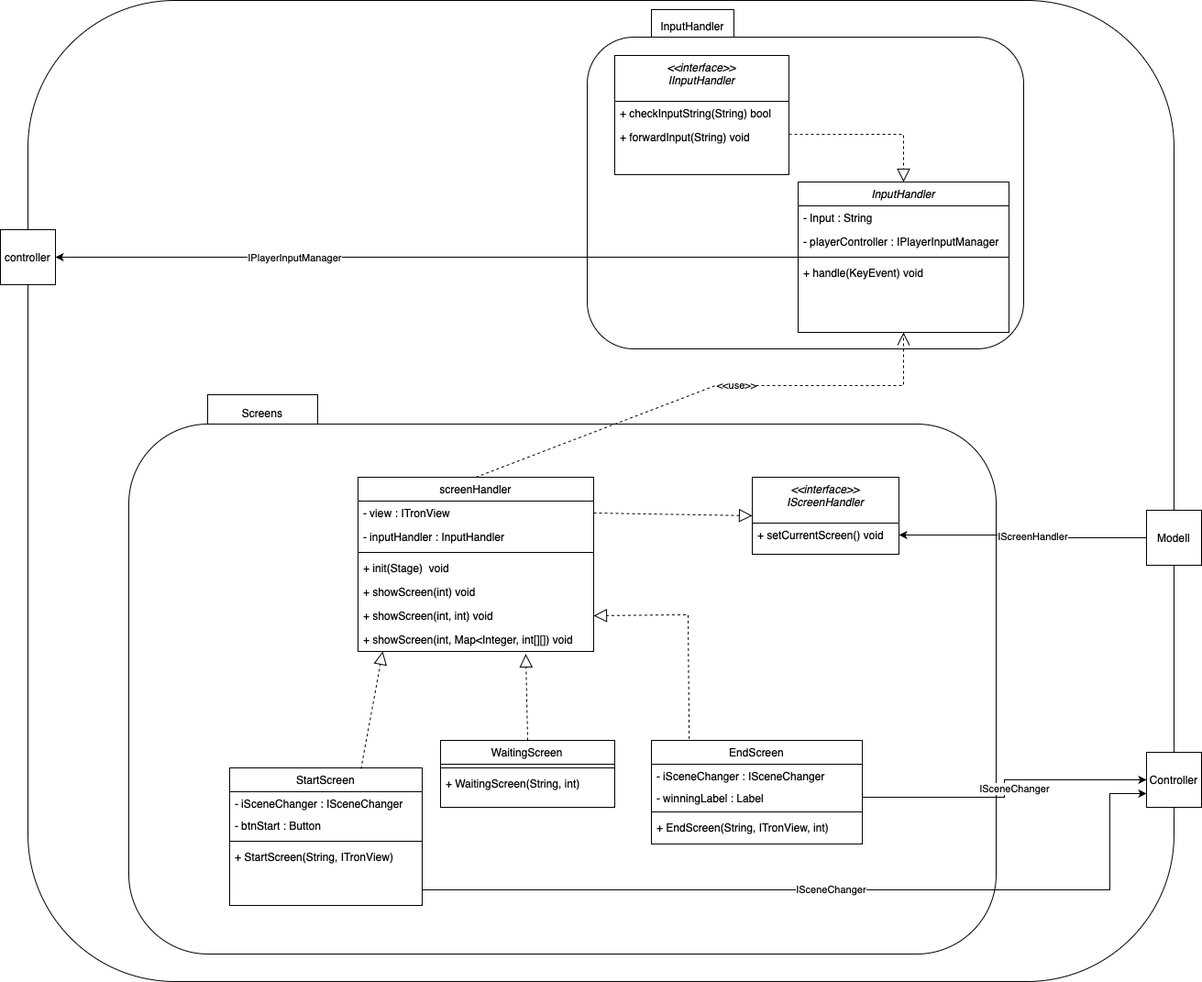
This is doku-game/view-ClassDiagramm.drawio.png from PrismFox/tron-game, a draw.io export, as it was before one commit. Source tidied: cells renumbered, new cells last; positions are measured from the earlier drawing's top-left corner, leaving out a move shared by most shapes.
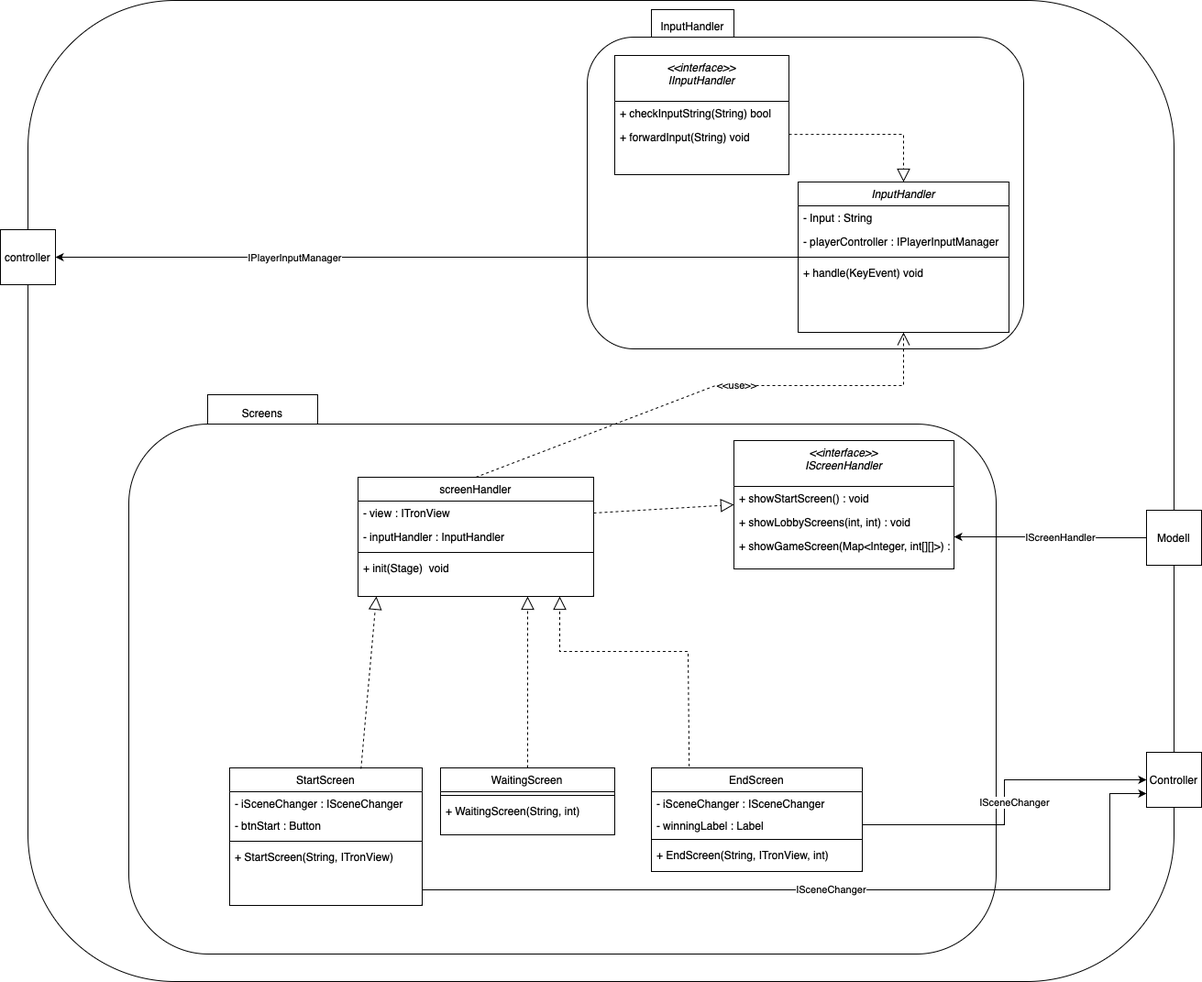
After the commit.

What changed in the source:
```diff
@@ -64,7 +64,7 @@
       <mxGeometry y="84" width="210" height="26" as="geometry" />
     </mxCell>
     <mxCell id="20" value="WaitingScreen" style="swimlane;fontStyle=0;align=center;verticalAlign=top;horizontal=1;startSize=26;rounded=0;shadow=0;strokeWidth=1;" parent="1" vertex="1">
-      <mxGeometry x="480" y="807" width="190" height="73" as="geometry" />
+      <mxGeometry x="480" y="837" width="190" height="73" as="geometry" />
     </mxCell>
     <mxCell id="21" style="line;html=1;strokeWidth=1;align=left;verticalAlign=middle;spacingTop=-1;spacingLeft=3;spacingRight=3;labelPosition=right;" parent="20" vertex="1">
       <mxGeometry y="26" width="190" height="8" as="geometry" />
@@ -73,7 +73,7 @@
       <mxGeometry y="34" width="190" height="26" as="geometry" />
     </mxCell>
     <mxCell id="23" value="EndScreen" style="swimlane;fontStyle=0;align=center;verticalAlign=top;horizontal=1;startSize=26;rounded=0;shadow=0;strokeWidth=1;" parent="1" vertex="1">
-      <mxGeometry x="710" y="807" width="230" height="113" as="geometry" />
+      <mxGeometry x="710" y="837" width="230" height="113" as="geometry" />
     </mxCell>
     <mxCell id="24" value="- iSceneChanger : ISceneChanger" style="text;align=left;verticalAlign=top;spacingLeft=4;spacingRight=4;overflow=hidden;" parent="23" vertex="1">
       <mxGeometry y="26" width="230" height="24" as="geometry" />
@@ -91,7 +91,7 @@
       <mxGeometry y="250" width="60" height="60" as="geometry" />
     </mxCell>
     <mxCell id="29" value="screenHandler" style="swimlane;fontStyle=0;align=center;verticalAlign=top;horizontal=1;startSize=26;rounded=0;shadow=0;strokeWidth=1;" parent="1" vertex="1">
-      <mxGeometry x="390" y="520" width="257" height="190" as="geometry" />
+      <mxGeometry x="390" y="520" width="257" height="130" as="geometry" />
     </mxCell>
     <mxCell id="30" value="- view : ITronView" style="text;align=left;verticalAlign=top;spacingLeft=4;spacingRight=4;overflow=hidden;points=[[0,0.5],[1,0.5]];portConstraint=eastwest;" parent="29" vertex="1">
       <mxGeometry y="26" width="257" height="26" as="geometry" />
@@ -105,15 +105,6 @@
     <mxCell id="33" value="+ init(Stage)  void" style="text;align=left;verticalAlign=top;spacingLeft=4;spacingRight=4;overflow=hidden;" parent="29" vertex="1">
       <mxGeometry y="86" width="257" height="26" as="geometry" />
     </mxCell>
-    <mxCell id="34" value="+ showScreen(int) void" style="text;align=left;verticalAlign=top;spacingLeft=4;spacingRight=4;overflow=hidden;" parent="29" vertex="1">
-      <mxGeometry y="112" width="257" height="26" as="geometry" />
-    </mxCell>
-    <mxCell id="35" value="+ showScreen(int, int) void" style="text;align=left;verticalAlign=top;spacingLeft=4;spacingRight=4;overflow=hidden;points=[[0,0.5],[1,0.5]];portConstraint=eastwest;" parent="29" vertex="1">
-      <mxGeometry y="138" width="257" height="26" as="geometry" />
-    </mxCell>
-    <mxCell id="36" value="+ showScreen(int, Map&lt;Integer, int[][]) void" style="text;align=left;verticalAlign=top;spacingLeft=4;spacingRight=4;overflow=hidden;points=[[0,0.5],[1,0.5]];portConstraint=eastwest;" parent="29" vertex="1">
-      <mxGeometry y="164" width="257" height="26" as="geometry" />
-    </mxCell>
     <mxCell id="37" style="edgeStyle=orthogonalEdgeStyle;rounded=0;jettySize=auto;html=1;entryX=1;entryY=0.75;entryDx=0;entryDy=0;endArrow=classic;endFill=1;" parent="1" edge="1" source="39" target="40">
       <mxGeometry relative="1" as="geometry" />
     </mxCell>
@@ -126,11 +117,17 @@
       <mxGeometry x="1250" y="556" width="60" height="60" as="geometry" />
     </mxCell>
     <mxCell id="40" value="&lt;&lt;interface&gt;&gt;&#10;IScreenHandler" style="swimlane;fontStyle=2;align=center;verticalAlign=top;horizontal=1;startSize=50;rounded=0;shadow=0;strokeWidth=1;" parent="1" vertex="1">
-      <mxGeometry x="820" y="520" width="160" height="84" as="geometry" />
+      <mxGeometry x="800" y="480" width="240" height="140" as="geometry" />
     </mxCell>
-    <mxCell id="41" value="+ setCurrentScreen() void" style="text;align=left;verticalAlign=top;spacingLeft=4;spacingRight=4;overflow=hidden;" parent="40" vertex="1">
-      <mxGeometry y="50" width="160" height="26" as="geometry" />
+    <mxCell id="41" value="+ showStartScreen() : void" style="text;align=left;verticalAlign=top;spacingLeft=4;spacingRight=4;overflow=hidden;" parent="40" vertex="1">
+      <mxGeometry y="50" width="240" height="26" as="geometry" />
     </mxCell>
+    <mxCell id="56" value="+ showLobbyScreens(int, int) : void" style="text;align=left;verticalAlign=top;spacingLeft=4;spacingRight=4;overflow=hidden;" parent="40" vertex="1">
+      <mxGeometry y="76" width="240" height="26" as="geometry" />
+    </mxCell>
+    <mxCell id="57" value="+ showGameScreen(Map&lt;Integer, int[][]&gt;) : void" style="text;align=left;verticalAlign=top;spacingLeft=4;spacingRight=4;overflow=hidden;" parent="40" vertex="1">
+      <mxGeometry y="102" width="240" height="26" as="geometry" />
+    </mxCell>
     <mxCell id="42" style="endArrow=block;dashed=1;endFill=0;endSize=12;html=1;rounded=0;exitX=1;exitY=0.5;exitDx=0;exitDy=0;entryX=0;entryY=0.5;entryDx=0;entryDy=0;" parent="1" edge="1" source="30" target="40">
       <mxGeometry relative="1" as="geometry" />
     </mxCell>
@@ -144,18 +141,24 @@
         </Array>
       </mxGeometry>
     </mxCell>
-    <mxCell id="44" style="endArrow=block;dashed=1;endFill=0;endSize=12;html=1;rounded=0;exitX=0.179;exitY=-0.014;exitDx=0;exitDy=0;entryX=1;entryY=0.5;entryDx=0;entryDy=0;exitPerimeter=0;" parent="1" edge="1" source="23" target="35">
+    <mxCell id="44" style="endArrow=block;dashed=1;endFill=0;endSize=12;html=1;rounded=0;exitX=0.179;exitY=-0.014;exitDx=0;exitDy=0;exitPerimeter=0;" parent="1" edge="1" source="23">
       <mxGeometry relative="1" as="geometry">
+        <mxPoint x="610" y="650" as="targetPoint" />
         <Array as="points">
-          <mxPoint x="750" y="670" />
+          <mxPoint x="750" y="710" />
+          <mxPoint x="610" y="710" />
         </Array>
       </mxGeometry>
     </mxCell>
-    <mxCell id="45" style="endArrow=block;dashed=1;endFill=0;endSize=12;html=1;rounded=0;exitX=0.5;exitY=0;exitDx=0;exitDy=0;entryX=0.712;entryY=1.11;entryDx=0;entryDy=0;entryPerimeter=0;" parent="1" edge="1" source="20" target="36">
-      <mxGeometry relative="1" as="geometry" />
+    <mxCell id="45" style="endArrow=block;dashed=1;endFill=0;endSize=12;html=1;rounded=0;exitX=0.5;exitY=0;exitDx=0;exitDy=0;" parent="1" edge="1" source="20">
+      <mxGeometry relative="1" as="geometry">
+        <mxPoint x="575" y="650" as="targetPoint" />
+      </mxGeometry>
     </mxCell>
-    <mxCell id="46" style="endArrow=block;dashed=1;endFill=0;endSize=12;html=1;rounded=0;exitX=0.682;exitY=0.007;exitDx=0;exitDy=0;entryX=0.105;entryY=1;entryDx=0;entryDy=0;entryPerimeter=0;exitPerimeter=0;" parent="1" edge="1" source="15" target="36">
-      <mxGeometry relative="1" as="geometry" />
+    <mxCell id="46" style="endArrow=block;dashed=1;endFill=0;endSize=12;html=1;rounded=0;exitX=0.682;exitY=0.007;exitDx=0;exitDy=0;exitPerimeter=0;" parent="1" edge="1" source="15">
+      <mxGeometry relative="1" as="geometry">
+        <mxPoint x="410" y="650" as="targetPoint" />
+      </mxGeometry>
     </mxCell>
     <mxCell id="47" value="Controller" style="whiteSpace=wrap;html=1;" parent="1" vertex="1">
       <mxGeometry x="1250" y="820" width="60" height="60" as="geometry" />
```
